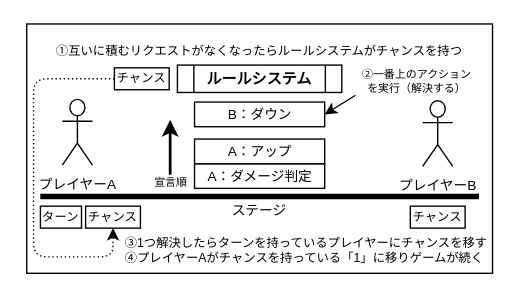
This is source/common/images/action-request3.drawio from BlackPoker/BlackPoker, a draw.io file, before an edit. Source tidied: cells renumbered, new cells numbered last; positions are measured from the earlier drawing's top-left corner, leaving out a move shared by most shapes. Both pictures are drawn from the tidied source at 137%, with x=0, y=0 at pixel (26, 23).
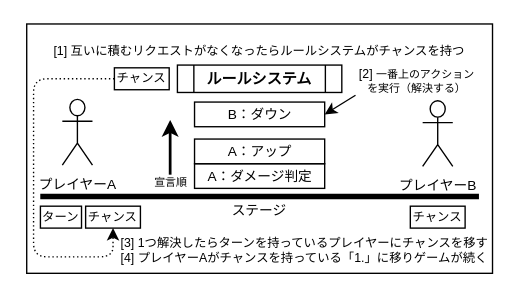
The same diagram, later.

Commit message (it also covers changes not shown here):
docs: add action request diagrams and exported assets

The edit, as a diff of the source:
```diff
@@
-    <mxCell id="3" value="&lt;span style=&quot;font-size: 9px;&quot;&gt;①互いに積むリクエストがなくなったらルールシステムがチャンスを持つ&lt;/span&gt;" style="text;html=1;strokeColor=none;fillColor=none;align=center;verticalAlign=middle;whiteSpace=wrap;rounded=0;fontColor=#000000;fontSize=9;" parent="1" vertex="1">
+    <mxCell id="3" value="&lt;span style=&quot;text-align: left;&quot;&gt;[1]&amp;nbsp;&lt;/span&gt;&lt;span style=&quot;font-size: 9px;&quot;&gt;互いに積むリクエストがなくなったらルールシステムがチャンスを持つ&lt;/span&gt;" style="text;html=1;strokeColor=none;fillColor=none;align=center;verticalAlign=middle;whiteSpace=wrap;rounded=0;fontColor=#000000;fontSize=9;" parent="1" vertex="1">
       <mxGeometry x="10" y="10" width="320" height="20" as="geometry" />
     </mxCell>
@@
-    <mxCell id="12" value="&lt;span style=&quot;font-size: 9px;&quot;&gt;③1つ解決したらターンを持っているプレイヤーにチャンスを移す&lt;br style=&quot;font-size: 9px;&quot;&gt;④プレイヤーAがチャンスを持っている「1」に移りゲームが続く&lt;br style=&quot;font-size: 9px;&quot;&gt;&lt;/span&gt;" style="text;html=1;strokeColor=none;fillColor=none;align=left;verticalAlign=middle;whiteSpace=wrap;rounded=0;fontColor=#000000;fontSize=9;" parent="1" vertex="1">
-      <mxGeometry x="70" y="149" width="275" height="31" as="geometry" />
+    <mxCell id="12" value="[3]&amp;nbsp;&lt;span style=&quot;font-size: 9px;&quot;&gt;1つ解決したらターンを持っているプレイヤーにチャンスを移す&lt;br style=&quot;font-size: 9px;&quot;&gt;&lt;/span&gt;[4]&amp;nbsp;&lt;span style=&quot;font-size: 9px;&quot;&gt;プレイヤーAがチャンスを持っている「1.」に移りゲームが続く&lt;br style=&quot;font-size: 9px;&quot;&gt;&lt;/span&gt;" style="text;html=1;strokeColor=none;fillColor=none;align=left;verticalAlign=middle;whiteSpace=wrap;rounded=0;fontColor=#000000;fontSize=9;" parent="1" vertex="1">
+      <mxGeometry x="67" y="149" width="275" height="31" as="geometry" />
     </mxCell>
@@
-    <mxCell id="14" value="&lt;font face=&quot;Helvetica&quot;&gt;②一番上のアクション&lt;br&gt;を実行（解決する）&lt;/font&gt;" style="text;html=1;strokeColor=none;fillColor=none;align=center;verticalAlign=middle;whiteSpace=wrap;rounded=0;fontFamily=Nishiki-teki;fontSize=8;fontColor=#000000;" parent="1" vertex="1">
+    <mxCell id="14" value="&lt;span style=&quot;font-family: Helvetica; font-size: 9px; text-align: left;&quot;&gt;[2]&amp;nbsp;&lt;/span&gt;&lt;font face=&quot;Helvetica&quot;&gt;一番上のアクション&lt;br&gt;を実行（解決する）&lt;/font&gt;" style="text;html=1;strokeColor=none;fillColor=none;align=center;verticalAlign=middle;whiteSpace=wrap;rounded=0;fontFamily=Nishiki-teki;fontSize=8;fontColor=#000000;" parent="1" vertex="1">
       <mxGeometry x="240" y="32" width="90" height="20" as="geometry" />
     </mxCell>
```
